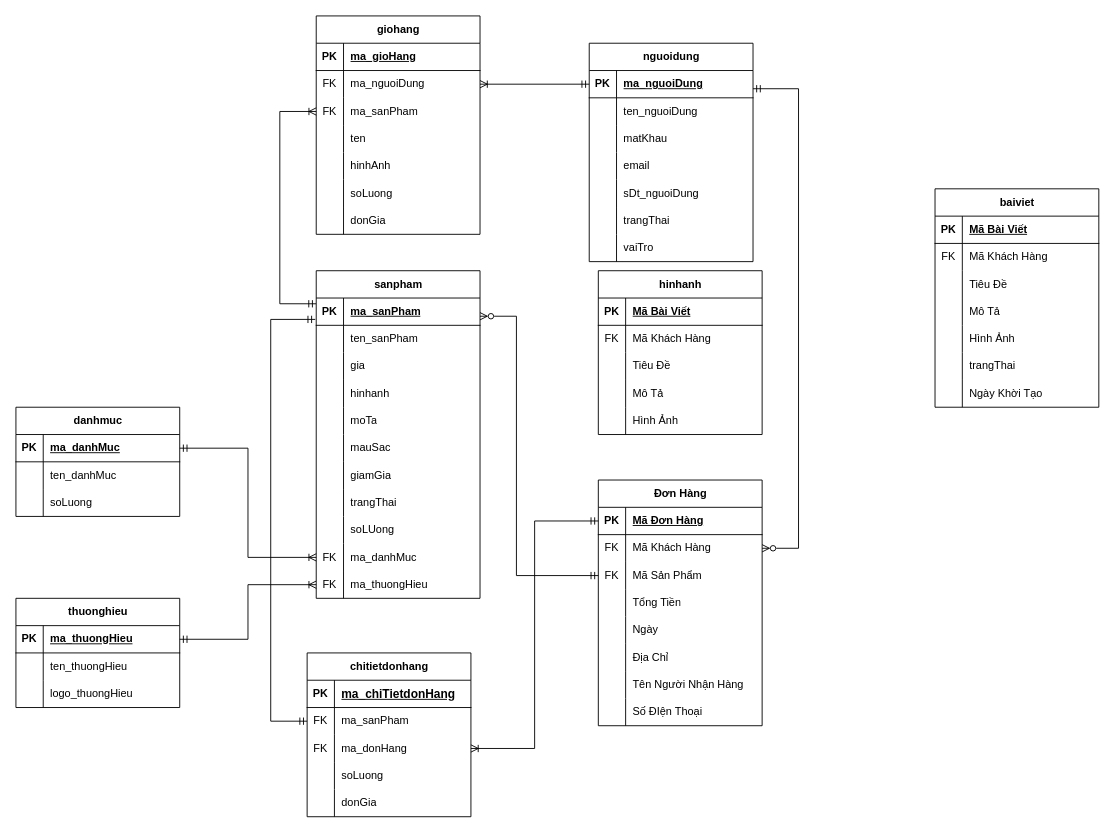
Earlier version of the draw.io diagram Untitled Diagram.drawio (Blion00/Blion00). Source tidied: cells renumbered, new cells numbered last; positions are measured from the earlier drawing's top-left corner, leaving out a move shared by most shapes. Both pictures are drawn from the tidied source at 91%, with x=0, y=0 at pixel (15, 15).
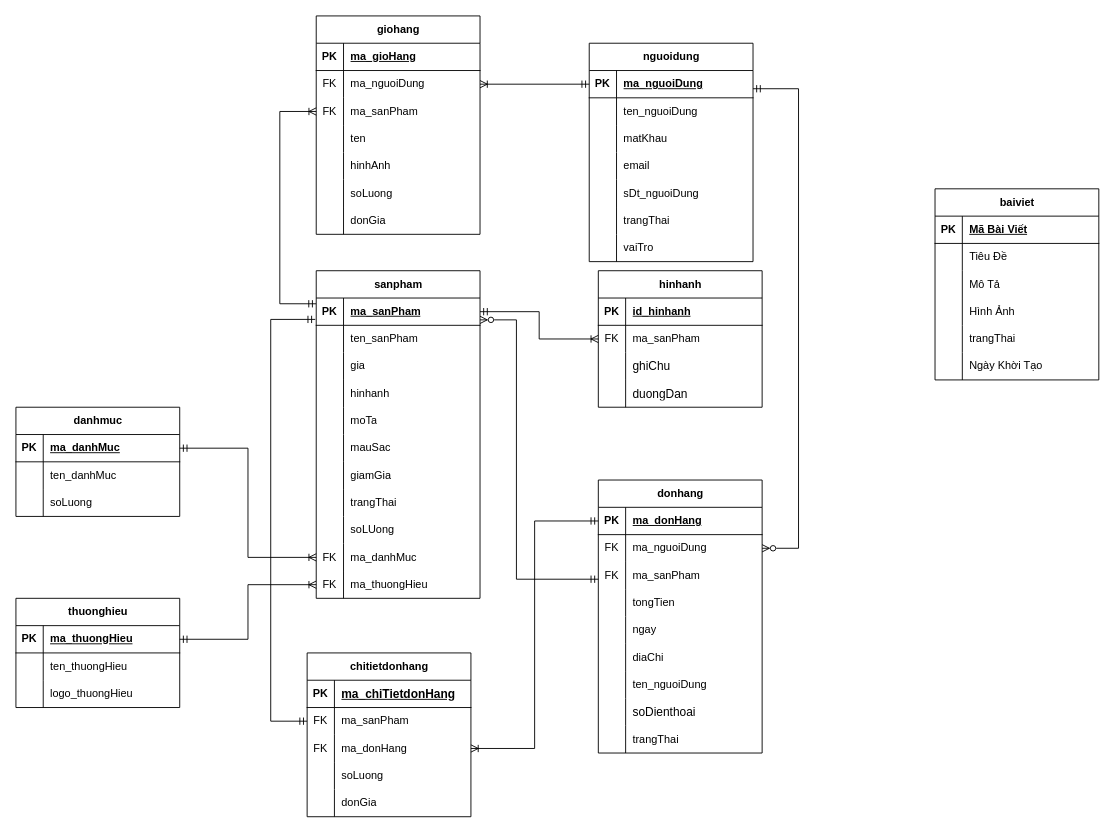
The same diagram, later.

The change refers to these unchanged cells:
```xml
<mxCell id="3" style="shape=tableRow;horizontal=0;startSize=0;swimlaneHead=0;swimlaneBody=0;fillColor=none;points=[[0,0.5],[1,0.5]];portConstraint=eastwest;top=0;left=0;right=0;bottom=1;" parent="2" vertex="1">
  <mxGeometry y="30" width="180" height="30" as="geometry" />
</mxCell>
<mxCell id="107" style="shape=tableRow;horizontal=0;startSize=0;swimlaneHead=0;swimlaneBody=0;fillColor=none;points=[[0,0.5],[1,0.5]];portConstraint=eastwest;top=0;left=0;right=0;bottom=1;" parent="106" vertex="1">
  <mxGeometry y="30" width="180" height="30" as="geometry" />
</mxCell>
<mxCell id="110" style="shape=tableRow;horizontal=0;startSize=0;swimlaneHead=0;swimlaneBody=0;fillColor=none;points=[[0,0.5],[1,0.5]];portConstraint=eastwest;top=0;left=0;right=0;bottom=0;" parent="106" vertex="1">
  <mxGeometry y="60" width="180" height="30" as="geometry" />
</mxCell>
<mxCell id="113" style="shape=tableRow;horizontal=0;startSize=0;swimlaneHead=0;swimlaneBody=0;fillColor=none;points=[[0,0.5],[1,0.5]];portConstraint=eastwest;top=0;left=0;right=0;bottom=0;" parent="106" vertex="1">
  <mxGeometry y="90" width="180" height="30" as="geometry" />
</mxCell>
<mxCell id="116" style="shape=tableRow;horizontal=0;startSize=0;swimlaneHead=0;swimlaneBody=0;fillColor=none;top=0;left=0;right=0;bottom=0;" parent="106" vertex="1">
  <mxGeometry y="120" width="180" height="30" as="geometry" />
</mxCell>
<mxCell id="119" style="shape=tableRow;horizontal=0;startSize=0;swimlaneHead=0;swimlaneBody=0;fillColor=none;top=0;left=0;right=0;bottom=0;" parent="106" vertex="1">
  <mxGeometry y="150" width="180" height="30" as="geometry" />
</mxCell>
<mxCell id="122" style="shape=tableRow;horizontal=0;startSize=0;swimlaneHead=0;swimlaneBody=0;fillColor=none;top=0;left=0;right=0;bottom=0;" parent="106" vertex="1">
  <mxGeometry y="180" width="180" height="30" as="geometry" />
</mxCell>
<mxCell id="125" style="shape=tableRow;horizontal=0;startSize=0;swimlaneHead=0;swimlaneBody=0;fillColor=none;top=0;left=0;right=0;bottom=0;" parent="106" vertex="1">
  <mxGeometry y="210" width="180" height="30" as="geometry" />
</mxCell>
<mxCell id="128" style="shape=tableRow;horizontal=0;startSize=0;swimlaneHead=0;swimlaneBody=0;fillColor=none;top=0;left=0;right=0;bottom=0;" parent="106" vertex="1">
  <mxGeometry y="240" width="180" height="30" as="geometry" />
</mxCell>
<mxCell id="172" style="shape=tableRow;horizontal=0;startSize=0;swimlaneHead=0;swimlaneBody=0;fillColor=none;top=0;left=0;right=0;bottom=1;" parent="171" vertex="1">
  <mxGeometry y="30" width="180" height="30" as="geometry" />
</mxCell>
<mxCell id="175" style="shape=tableRow;horizontal=0;startSize=0;swimlaneHead=0;swimlaneBody=0;fillColor=none;points=[[0,0.5],[1,0.5]];portConstraint=eastwest;top=0;left=0;right=0;bottom=0;" parent="171" vertex="1">
  <mxGeometry y="60" width="180" height="30" as="geometry" />
</mxCell>
<mxCell id="178" style="shape=tableRow;horizontal=0;startSize=0;swimlaneHead=0;swimlaneBody=0;fillColor=none;top=0;left=0;right=0;bottom=0;" parent="171" vertex="1">
  <mxGeometry y="90" width="180" height="30" as="geometry" />
</mxCell>
<mxCell id="181" style="shape=tableRow;horizontal=0;startSize=0;swimlaneHead=0;swimlaneBody=0;fillColor=none;top=0;left=0;right=0;bottom=0;" parent="171" vertex="1">
  <mxGeometry y="120" width="180" height="30" as="geometry" />
</mxCell>
```

Diff of the diagram source:
```diff
@@
-    <mxCell id="106" value="Đơn Hàng" style="shape=table;startSize=30;childLayout=tableLayout;rowLines=0;fontStyle=1;align=center;html=1;" parent="1" vertex="1">
-      <mxGeometry x="640" y="510" width="180" height="270" as="geometry" />
+    <mxCell id="106" value="donhang" style="shape=table;startSize=30;childLayout=tableLayout;rowLines=0;fontStyle=1;align=center;html=1;" parent="1" vertex="1">
+      <mxGeometry x="640" y="510" width="180" height="300" as="geometry" />
     </mxCell>
@@
-    <mxCell id="109" value="Mã Đơn Hàng" style="shape=partialRectangle;fillColor=none;top=0;left=0;bottom=0;right=0;align=left;spacingLeft=6;fontStyle=5;overflow=hidden;whiteSpace=wrap;html=1;" parent="107" vertex="1">
+    <mxCell id="109" value="ma_donHang" style="shape=partialRectangle;fillColor=none;top=0;left=0;bottom=0;right=0;align=left;spacingLeft=6;fontStyle=5;overflow=hidden;whiteSpace=wrap;html=1;" parent="107" vertex="1">
       <mxGeometry x="30" width="150" height="30" as="geometry" />
     </mxCell>
@@
-    <mxCell id="112" value="Mã Khách Hàng" style="shape=partialRectangle;fillColor=none;top=0;left=0;bottom=0;right=0;align=left;spacingLeft=6;overflow=hidden;whiteSpace=wrap;html=1;" parent="110" vertex="1">
+    <mxCell id="112" value="ma_nguoiDung" style="shape=partialRectangle;fillColor=none;top=0;left=0;bottom=0;right=0;align=left;spacingLeft=6;overflow=hidden;whiteSpace=wrap;html=1;" parent="110" vertex="1">
       <mxGeometry x="30" width="150" height="30" as="geometry" />
     </mxCell>
@@
-    <mxCell id="115" value="Mã Sản Phẩm" style="shape=partialRectangle;fillColor=none;top=0;left=0;bottom=0;right=0;align=left;spacingLeft=6;overflow=hidden;whiteSpace=wrap;html=1;" parent="113" vertex="1">
+    <mxCell id="115" value="ma_sanPham" style="shape=partialRectangle;fillColor=none;top=0;left=0;bottom=0;right=0;align=left;spacingLeft=6;overflow=hidden;whiteSpace=wrap;html=1;" parent="113" vertex="1">
       <mxGeometry x="30" width="150" height="30" as="geometry" />
     </mxCell>
@@
-    <mxCell id="118" value="Tổng Tiền" style="shape=partialRectangle;fillColor=none;top=0;left=0;bottom=0;right=0;align=left;spacingLeft=6;overflow=hidden;whiteSpace=wrap;html=1;" parent="116" vertex="1">
+    <mxCell id="118" value="tongTien" style="shape=partialRectangle;fillColor=none;top=0;left=0;bottom=0;right=0;align=left;spacingLeft=6;overflow=hidden;whiteSpace=wrap;html=1;" parent="116" vertex="1">
       <mxGeometry x="30" width="150" height="30" as="geometry" />
     </mxCell>
@@
-    <mxCell id="121" value="Ngày" style="shape=partialRectangle;fillColor=none;top=0;left=0;bottom=0;right=0;align=left;spacingLeft=6;overflow=hidden;whiteSpace=wrap;html=1;" parent="119" vertex="1">
+    <mxCell id="121" value="ngay" style="shape=partialRectangle;fillColor=none;top=0;left=0;bottom=0;right=0;align=left;spacingLeft=6;overflow=hidden;whiteSpace=wrap;html=1;" parent="119" vertex="1">
       <mxGeometry x="30" width="150" height="30" as="geometry" />
     </mxCell>
@@
-    <mxCell id="124" value="Địa Chỉ" style="shape=partialRectangle;fillColor=none;top=0;left=0;bottom=0;right=0;align=left;spacingLeft=6;overflow=hidden;whiteSpace=wrap;html=1;" parent="122" vertex="1">
+    <mxCell id="124" value="diaChi" style="shape=partialRectangle;fillColor=none;top=0;left=0;bottom=0;right=0;align=left;spacingLeft=6;overflow=hidden;whiteSpace=wrap;html=1;" parent="122" vertex="1">
       <mxGeometry x="30" width="150" height="30" as="geometry" />
     </mxCell>
@@
-    <mxCell id="127" value="Tên Người Nhận Hàng" style="shape=partialRectangle;fillColor=none;top=0;left=0;bottom=0;right=0;align=left;spacingLeft=6;overflow=hidden;whiteSpace=wrap;html=1;" parent="125" vertex="1">
+    <mxCell id="127" value="ten_nguoiDung" style="shape=partialRectangle;fillColor=none;top=0;left=0;bottom=0;right=0;align=left;spacingLeft=6;overflow=hidden;whiteSpace=wrap;html=1;" parent="125" vertex="1">
       <mxGeometry x="30" width="150" height="30" as="geometry" />
     </mxCell>
@@
-    <mxCell id="130" value="Số ĐIện Thoại" style="shape=partialRectangle;fillColor=none;top=0;left=0;bottom=0;right=0;align=left;spacingLeft=6;overflow=hidden;whiteSpace=wrap;html=1;" parent="128" vertex="1">
+    <mxCell id="130" value="&lt;span style=&quot;font-family: sans-serif; font-size: 13.12px; text-wrap-mode: nowrap; background-color: rgb(255, 255, 255);&quot;&gt;soDienthoai&lt;/span&gt;" style="shape=partialRectangle;fillColor=none;top=0;left=0;bottom=0;right=0;align=left;spacingLeft=6;overflow=hidden;whiteSpace=wrap;html=1;" parent="128" vertex="1">
       <mxGeometry x="30" width="150" height="30" as="geometry" />
     </mxCell>
+    <mxCell id="187" style="shape=tableRow;horizontal=0;startSize=0;swimlaneHead=0;swimlaneBody=0;fillColor=none;top=0;left=0;right=0;bottom=0;" parent="106" vertex="1">
+      <mxGeometry y="270" width="180" height="30" as="geometry" />
+    </mxCell>
+    <mxCell id="185" style="shape=partialRectangle;fillColor=none;top=0;left=0;bottom=0;right=0;overflow=hidden;whiteSpace=wrap;html=1;" parent="187" vertex="1">
+      <mxGeometry width="30" height="30" as="geometry" />
+    </mxCell>
+    <mxCell id="188" value="trangThai" style="shape=partialRectangle;fillColor=none;top=0;left=0;bottom=0;right=0;align=left;spacingLeft=6;overflow=hidden;whiteSpace=wrap;html=1;" parent="187" vertex="1">
+      <mxGeometry x="30" width="150" height="30" as="geometry" />
+    </mxCell>
@@
     <mxCell id="136" value="baiviet" style="shape=table;startSize=30;childLayout=tableLayout;rowLines=0;fontStyle=1;align=center;html=1;" parent="1" vertex="1">
-      <mxGeometry x="1010" y="190" width="180" height="240" as="geometry" />
+      <mxGeometry x="1010" y="190" width="180" height="210" as="geometry" />
     </mxCell>
@@
-    <mxCell id="140" style="shape=tableRow;horizontal=0;startSize=0;swimlaneHead=0;swimlaneBody=0;fillColor=none;top=0;left=0;right=0;bottom=0;" parent="136" vertex="1">
-      <mxGeometry y="60" width="180" height="30" as="geometry" />
-    </mxCell>
-    <mxCell id="141" value="FK" style="shape=partialRectangle;fillColor=none;top=0;left=0;bottom=0;right=0;overflow=hidden;whiteSpace=wrap;html=1;" parent="140" vertex="1">
-      <mxGeometry width="30" height="30" as="geometry" />
-    </mxCell>
-    <mxCell id="142" value="Mã Khách Hàng" style="shape=partialRectangle;fillColor=none;top=0;left=0;bottom=0;right=0;align=left;spacingLeft=6;overflow=hidden;whiteSpace=wrap;html=1;" parent="140" vertex="1">
-      <mxGeometry x="30" width="150" height="30" as="geometry" />
-    </mxCell>
     <mxCell id="143" style="shape=tableRow;horizontal=0;startSize=0;swimlaneHead=0;swimlaneBody=0;fillColor=none;top=0;left=0;right=0;bottom=0;" parent="136" vertex="1">
-      <mxGeometry y="90" width="180" height="30" as="geometry" />
+      <mxGeometry y="60" width="180" height="30" as="geometry" />
     </mxCell>
@@
     <mxCell id="146" style="shape=tableRow;horizontal=0;startSize=0;swimlaneHead=0;swimlaneBody=0;fillColor=none;top=0;left=0;right=0;bottom=0;" parent="136" vertex="1">
-      <mxGeometry y="120" width="180" height="30" as="geometry" />
+      <mxGeometry y="90" width="180" height="30" as="geometry" />
     </mxCell>
@@
     <mxCell id="149" style="shape=tableRow;horizontal=0;startSize=0;swimlaneHead=0;swimlaneBody=0;fillColor=none;top=0;left=0;right=0;bottom=0;" parent="136" vertex="1">
-      <mxGeometry y="150" width="180" height="30" as="geometry" />
+      <mxGeometry y="120" width="180" height="30" as="geometry" />
     </mxCell>
@@
     <mxCell id="152" style="shape=tableRow;horizontal=0;startSize=0;swimlaneHead=0;swimlaneBody=0;fillColor=none;top=0;left=0;right=0;bottom=0;" parent="136" vertex="1">
-      <mxGeometry y="180" width="180" height="30" as="geometry" />
+      <mxGeometry y="150" width="180" height="30" as="geometry" />
     </mxCell>
@@
     <mxCell id="155" style="shape=tableRow;horizontal=0;startSize=0;swimlaneHead=0;swimlaneBody=0;fillColor=none;top=0;left=0;right=0;bottom=0;" parent="136" vertex="1">
-      <mxGeometry y="210" width="180" height="30" as="geometry" />
+      <mxGeometry y="180" width="180" height="30" as="geometry" />
     </mxCell>
@@
-    <mxCell id="169" style="edgeStyle=orthogonalEdgeStyle;rounded=0;jettySize=auto;html=1;exitX=0;exitY=0.5;exitDx=0;exitDy=0;startArrow=ERmandOne;startFill=0;endArrow=ERzeroToMany;endFill=0;elbow=vertical;" parent="1" edge="1" source="113">
+    <mxCell id="169" style="edgeStyle=orthogonalEdgeStyle;rounded=0;orthogonalLoop=1;jettySize=auto;html=1;exitX=0;exitY=0.5;exitDx=0;exitDy=0;startArrow=ERmandOne;startFill=0;endArrow=ERzeroToMany;endFill=0;elbow=vertical;" parent="1" edge="1">
       <mxGeometry relative="1" as="geometry">
-        <mxPoint x="510" y="330" as="targetPoint" />
+        <mxPoint x="640" y="619" as="sourcePoint" />
+        <mxPoint x="510" y="334" as="targetPoint" />
         <Array as="points">
-          <mxPoint x="550" y="615" />
-          <mxPoint x="550" y="330" />
+          <mxPoint x="550" y="619" />
+          <mxPoint x="550" y="334" />
         </Array>
       </mxGeometry>
     </mxCell>
@@
     <mxCell id="171" value="hinhanh" style="shape=table;startSize=30;childLayout=tableLayout;rowLines=0;fontStyle=1;align=center;html=1;" parent="1" vertex="1">
-      <mxGeometry x="640" y="280" width="180" height="180" as="geometry" />
+      <mxGeometry x="640" y="280" width="180" height="150" as="geometry" />
     </mxCell>
@@
-    <mxCell id="174" value="Mã Bài Viết" style="shape=partialRectangle;fillColor=none;top=0;left=0;bottom=0;right=0;align=left;spacingLeft=6;fontStyle=5;overflow=hidden;whiteSpace=wrap;html=1;" parent="172" vertex="1">
+    <mxCell id="174" value="id_hinhanh" style="shape=partialRectangle;fillColor=none;top=0;left=0;bottom=0;right=0;align=left;spacingLeft=6;fontStyle=5;overflow=hidden;whiteSpace=wrap;html=1;" parent="172" vertex="1">
       <mxGeometry x="30" width="150" height="30" as="geometry" />
     </mxCell>
@@
-    <mxCell id="177" value="Mã Khách Hàng" style="shape=partialRectangle;fillColor=none;top=0;left=0;bottom=0;right=0;align=left;spacingLeft=6;overflow=hidden;whiteSpace=wrap;html=1;" parent="175" vertex="1">
+    <mxCell id="177" value="ma_sanPham" style="shape=partialRectangle;fillColor=none;top=0;left=0;bottom=0;right=0;align=left;spacingLeft=6;overflow=hidden;whiteSpace=wrap;html=1;" parent="175" vertex="1">
       <mxGeometry x="30" width="150" height="30" as="geometry" />
     </mxCell>
@@
-    <mxCell id="180" value="Tiêu Đề" style="shape=partialRectangle;fillColor=none;top=0;left=0;bottom=0;right=0;align=left;spacingLeft=6;overflow=hidden;whiteSpace=wrap;html=1;" parent="178" vertex="1">
+    <mxCell id="180" value="&lt;span style=&quot;font-family: sans-serif; font-size: 13.12px; text-wrap-mode: nowrap; background-color: rgb(255, 255, 255);&quot;&gt;ghiChu&lt;/span&gt;" style="shape=partialRectangle;fillColor=none;top=0;left=0;bottom=0;right=0;align=left;spacingLeft=6;overflow=hidden;whiteSpace=wrap;html=1;" parent="178" vertex="1">
       <mxGeometry x="30" width="150" height="30" as="geometry" />
     </mxCell>
@@
-    <mxCell id="183" value="Mô Tả" style="shape=partialRectangle;fillColor=none;top=0;left=0;bottom=0;right=0;align=left;spacingLeft=6;overflow=hidden;whiteSpace=wrap;html=1;" parent="181" vertex="1">
+    <mxCell id="183" value="&lt;span style=&quot;font-family: sans-serif; font-size: 13.12px; text-wrap-mode: nowrap; background-color: rgb(255, 255, 255);&quot;&gt;duongDan&lt;/span&gt;" style="shape=partialRectangle;fillColor=none;top=0;left=0;bottom=0;right=0;align=left;spacingLeft=6;overflow=hidden;whiteSpace=wrap;html=1;" parent="181" vertex="1">
       <mxGeometry x="30" width="150" height="30" as="geometry" />
     </mxCell>
-    <mxCell id="184" style="shape=tableRow;horizontal=0;startSize=0;swimlaneHead=0;swimlaneBody=0;fillColor=none;top=0;left=0;right=0;bottom=0;" parent="171" vertex="1">
-      <mxGeometry y="150" width="180" height="30" as="geometry" />
-    </mxCell>
-    <mxCell id="185" style="shape=partialRectangle;fillColor=none;top=0;left=0;bottom=0;right=0;overflow=hidden;whiteSpace=wrap;html=1;" parent="184" vertex="1">
-      <mxGeometry width="30" height="30" as="geometry" />
-    </mxCell>
-    <mxCell id="186" value="Hình Ảnh" style="shape=partialRectangle;fillColor=none;top=0;left=0;bottom=0;right=0;align=left;spacingLeft=6;overflow=hidden;whiteSpace=wrap;html=1;" parent="184" vertex="1">
-      <mxGeometry x="30" width="150" height="30" as="geometry" />
-    </mxCell>
+    <mxCell id="189" style="edgeStyle=orthogonalEdgeStyle;rounded=0;jettySize=auto;html=1;exitX=0;exitY=0.5;exitDx=0;exitDy=0;entryX=1;entryY=0.5;entryDx=0;entryDy=0;endArrow=ERmandOne;endFill=0;startArrow=ERoneToMany;startFill=0;" parent="1" edge="1" source="175" target="3">
+      <mxGeometry relative="1" as="geometry" />
+    </mxCell>
```
